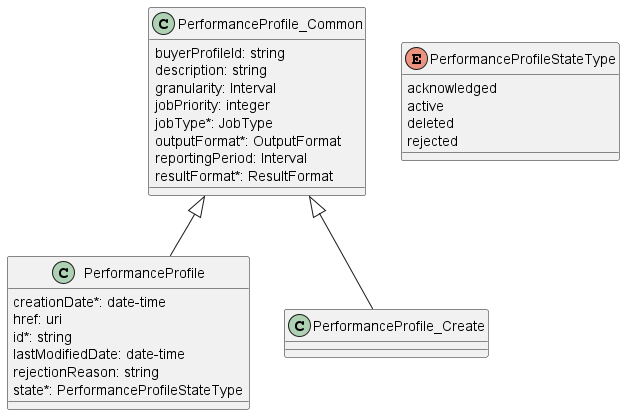
This is documentation/serviceApi/pm/performance/media/performanceProfileModel.png from MEF-GIT/MEF-LSO-Legato-SDK, a PlantUML export, as it was before one commit. Source of this version:
```plantuml
@startuml performanceProfileModel

class PerformanceProfile {

    creationDate*: date-time
    href: uri
    id*: string
    lastModifiedDate: date-time
    rejectionReason: string
    state*: PerformanceProfileStateType
}
PerformanceProfile_Common <|-- PerformanceProfile




enum PerformanceProfileStateType {

    acknowledged
    active
    deleted
    rejected
}
class PerformanceProfile_Common {

    buyerProfileId: string
    description: string
    granularity: Interval
    jobPriority: integer
    jobType*: JobType
    outputFormat*: OutputFormat
    reportingPeriod: Interval
    resultFormat*: ResultFormat
}



class PerformanceProfile_Create {

}
PerformanceProfile_Common <|-- PerformanceProfile_Create

@enduml
```
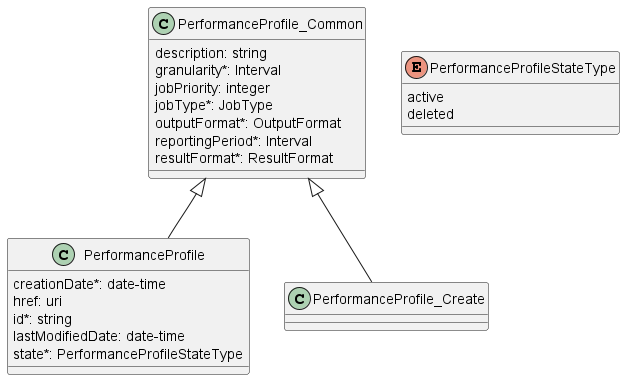
After the change.

Diff of the diagram source:
```diff
@@ -6,38 +6,31 @@
     href: uri
     id*: string
     lastModifiedDate: date-time
-    rejectionReason: string
     state*: PerformanceProfileStateType
 }
+
 PerformanceProfile_Common <|-- PerformanceProfile
 
 
-
-
 enum PerformanceProfileStateType {
-
-    acknowledged
     active
     deleted
-    rejected
 }
 class PerformanceProfile_Common {
-
-    buyerProfileId: string
     description: string
-    granularity: Interval
+    granularity*: Interval
     jobPriority: integer
     jobType*: JobType
     outputFormat*: OutputFormat
-    reportingPeriod: Interval
+    reportingPeriod*: Interval
     resultFormat*: ResultFormat
 }
-
 
 
 class PerformanceProfile_Create {
 
 }
+
 PerformanceProfile_Common <|-- PerformanceProfile_Create
 
 @enduml
```
